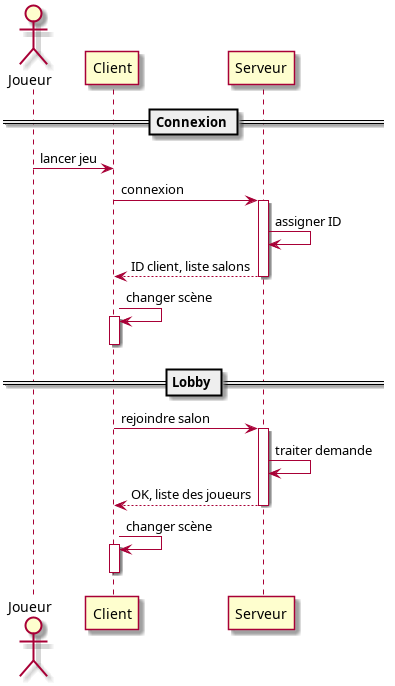
Before: Rapport/UML/PacMan_UML_Reseau_connexion.png, a diagram exported from PlantUML (thomasctn/Projet_PacMan_En_Reseau). Its source is kept beside it as Rapport/UML/PacMan_UML_Reseau_connexion.puml. The source it was exported from:
```plantuml
@startuml

actor Joueur
participant Client
participant Serveur

== Connexion ==
Joueur -> Client : lancer jeu
Client -> Serveur : connexion
activate Serveur
Serveur -> Serveur : assigner ID
Serveur --> Client : ID client, liste salons
deactivate Serveur
Client -> Client : changer scène
activate Client
deactivate Client
== Lobby ==

Client -> Serveur : rejoindre salon
activate Serveur
Serveur -> Serveur : traiter demande
Serveur --> Client : OK, liste des joueurs
deactivate Serveur
Client -> Client : changer scène
activate Client
deactivate Client
@enduml
```
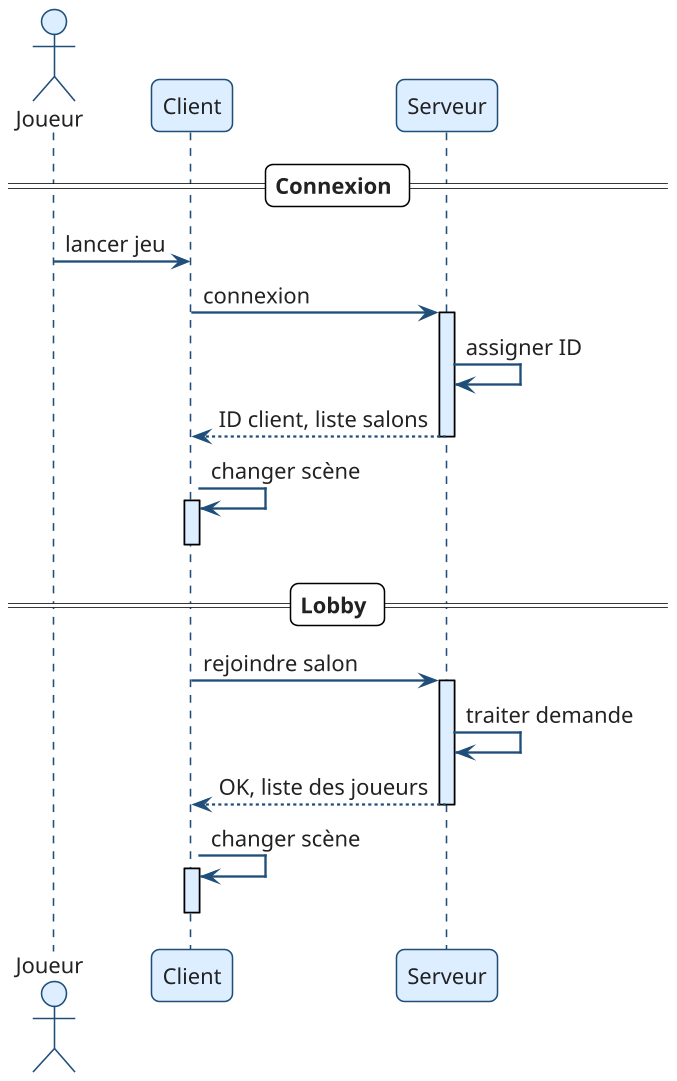
The same diagram one commit later.

Commit message:
ajout theme

Diff of the diagram source:
```diff
@@ -1,4 +1,5 @@
 @startuml
+!include theme.puml
 
 actor Joueur
 participant Client
```
